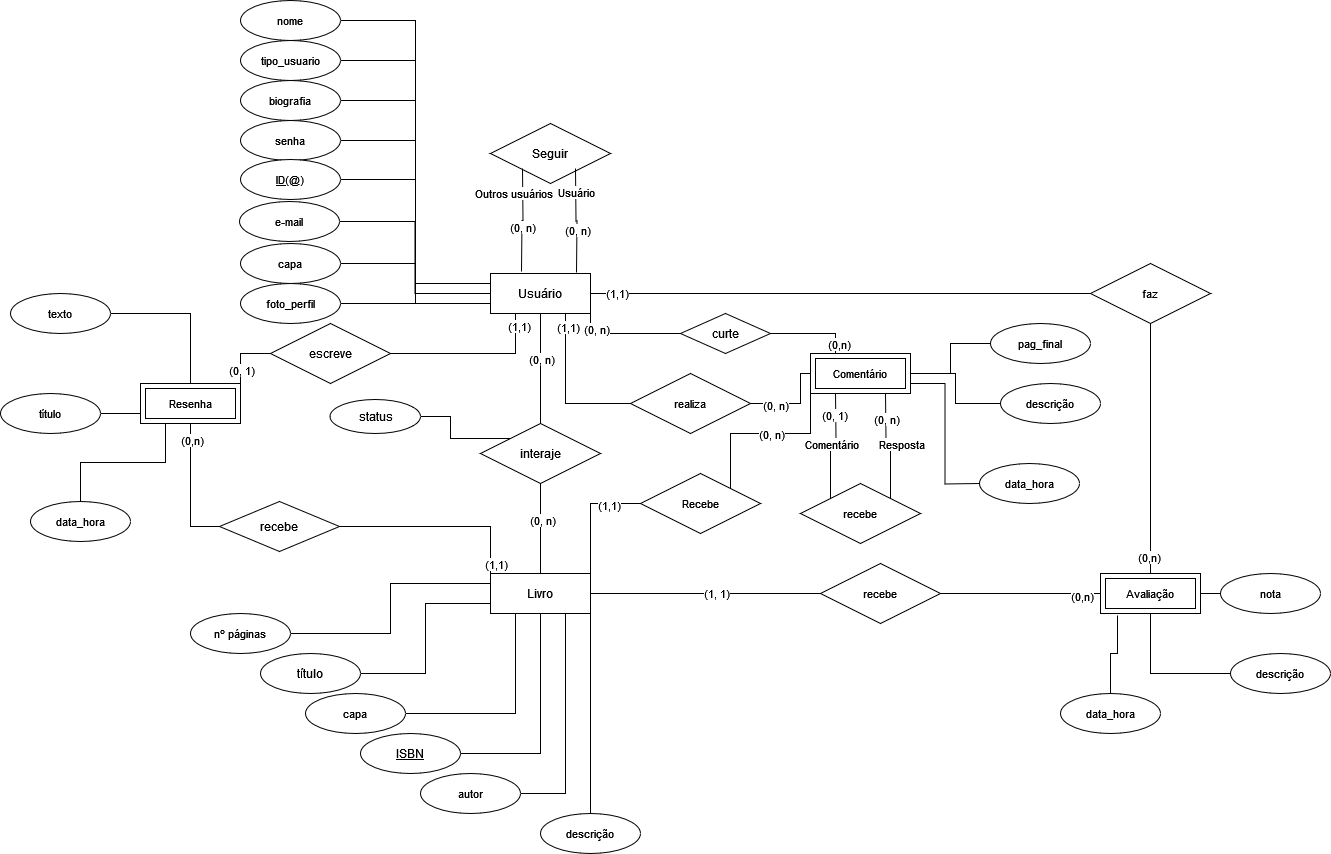
tads-cnat/pratiler keeps this draw.io diagram as doc/bd/imgBD/DERPratiler.drawio.png. Above is the earlier version. Source tidied: cells renumbered, new cells last; positions are measured from the earlier drawing's top-left corner, leaving out a move shared by most shapes.
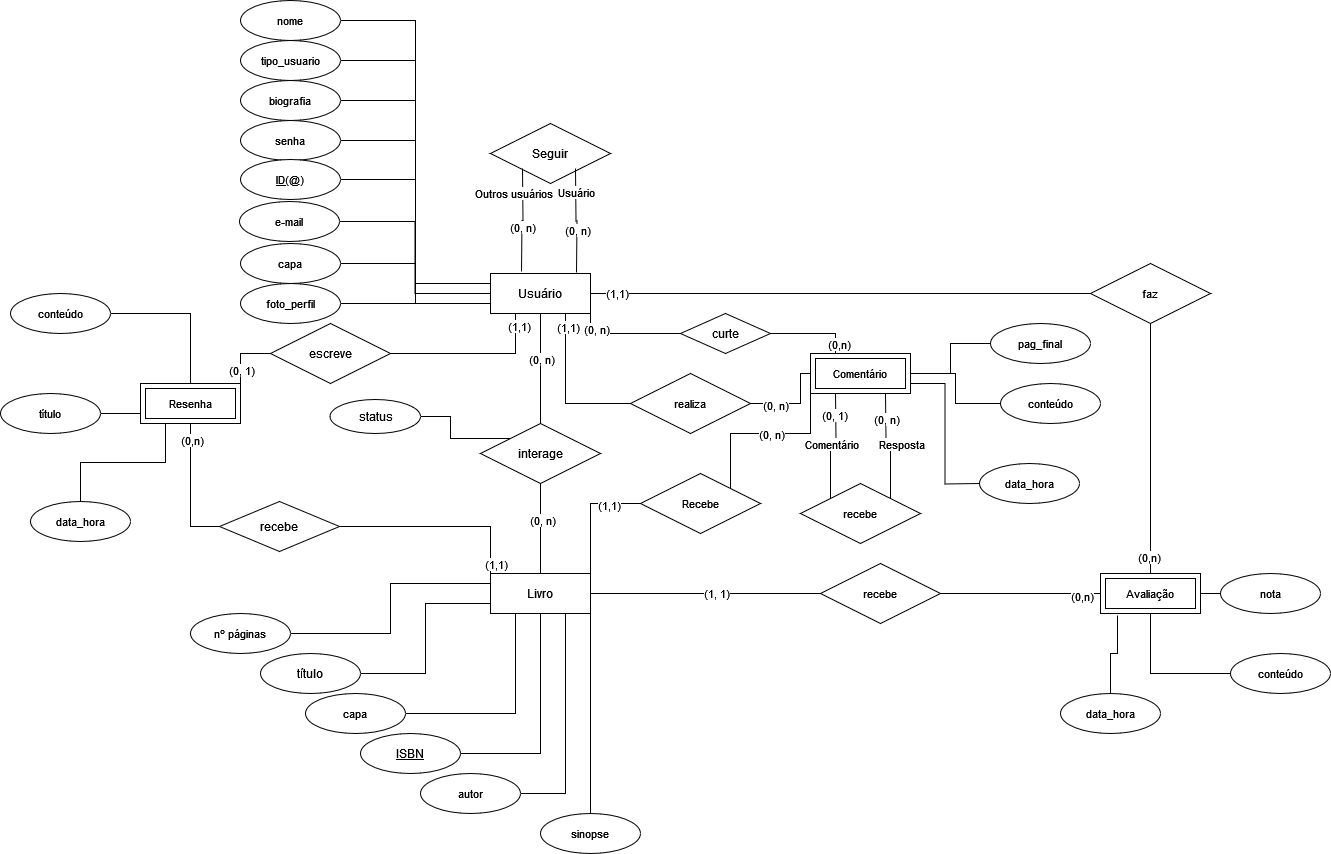
The same diagram one commit later.

Commit message:
modelo de classes e diagrama er

What changed in the source:
```diff
@@ -56,7 +56,7 @@
     <mxCell id="19" style="edgeStyle=orthogonalEdgeStyle;rounded=0;jettySize=auto;html=1;exitX=0;exitY=0;exitDx=0;exitDy=0;entryX=1;entryY=0.5;entryDx=0;entryDy=0;endArrow=none;endFill=0;" parent="1" edge="1" source="20" target="84">
       <mxGeometry relative="1" as="geometry" />
     </mxCell>
-    <mxCell id="20" value="interaje" style="shape=rhombus;perimeter=rhombusPerimeter;whiteSpace=wrap;html=1;align=center;" parent="1" vertex="1">
+    <mxCell id="20" value="interage" style="shape=rhombus;perimeter=rhombusPerimeter;whiteSpace=wrap;html=1;align=center;" parent="1" vertex="1">
       <mxGeometry x="480" y="423" width="120" height="60" as="geometry" />
     </mxCell>
     <mxCell id="21" style="edgeStyle=orthogonalEdgeStyle;shape=connector;rounded=0;jettySize=auto;html=1;exitX=1;exitY=0.5;exitDx=0;exitDy=0;entryX=0;entryY=0.5;entryDx=0;entryDy=0;strokeColor=default;align=center;verticalAlign=middle;fontFamily=Helvetica;fontSize=11;fontColor=default;labelBackgroundColor=default;endArrow=none;endFill=0;" parent="1" edge="1" source="22" target="12">
@@ -77,7 +77,7 @@
     <mxCell id="26" style="edgeStyle=orthogonalEdgeStyle;rounded=0;jettySize=auto;html=1;exitX=1;exitY=0.5;exitDx=0;exitDy=0;endArrow=none;endFill=0;" parent="1" edge="1" source="27" target="104">
       <mxGeometry relative="1" as="geometry" />
     </mxCell>
-    <mxCell id="27" value="texto" style="ellipse;whiteSpace=wrap;html=1;align=center;fontFamily=Helvetica;fontSize=11;fontColor=default;labelBackgroundColor=default;" parent="1" vertex="1">
+    <mxCell id="27" value="&lt;div&gt;conteúdo&lt;/div&gt;" style="ellipse;whiteSpace=wrap;html=1;align=center;fontFamily=Helvetica;fontSize=11;fontColor=default;labelBackgroundColor=default;" parent="1" vertex="1">
       <mxGeometry x="10" y="293" width="100" height="40" as="geometry" />
     </mxCell>
     <mxCell id="28" value="nº páginas" style="ellipse;whiteSpace=wrap;html=1;align=center;fontFamily=Helvetica;fontSize=11;fontColor=default;labelBackgroundColor=default;" parent="1" vertex="1">
@@ -142,7 +142,7 @@
     <mxCell id="45" style="edgeStyle=orthogonalEdgeStyle;rounded=0;jettySize=auto;html=1;strokeColor=default;align=center;verticalAlign=middle;fontFamily=Helvetica;fontSize=11;fontColor=default;labelBackgroundColor=default;endArrow=none;" parent="1" edge="1" source="46" target="44">
       <mxGeometry relative="1" as="geometry" />
     </mxCell>
-    <mxCell id="46" value="descrição" style="ellipse;whiteSpace=wrap;html=1;align=center;fontFamily=Helvetica;fontSize=11;fontColor=default;labelBackgroundColor=default;" parent="1" vertex="1">
+    <mxCell id="46" value="&lt;div&gt;conteúdo&lt;/div&gt;" style="ellipse;whiteSpace=wrap;html=1;align=center;fontFamily=Helvetica;fontSize=11;fontColor=default;labelBackgroundColor=default;" parent="1" vertex="1">
       <mxGeometry x="1230" y="653" width="100" height="40" as="geometry" />
     </mxCell>
     <mxCell id="47" style="edgeStyle=orthogonalEdgeStyle;rounded=0;jettySize=auto;html=1;entryX=1;entryY=0;entryDx=0;entryDy=0;strokeColor=default;align=center;verticalAlign=middle;fontFamily=Helvetica;fontSize=11;fontColor=default;labelBackgroundColor=default;endArrow=none;" parent="1" edge="1" source="48" target="44">
@@ -241,7 +241,7 @@
     <mxCell id="70" style="edgeStyle=orthogonalEdgeStyle;shape=connector;rounded=0;jettySize=auto;html=1;exitX=0;exitY=0.5;exitDx=0;exitDy=0;strokeColor=default;align=center;verticalAlign=middle;fontFamily=Helvetica;fontSize=11;fontColor=default;labelBackgroundColor=default;endArrow=none;endFill=0;" parent="1" edge="1" source="71" target="73">
       <mxGeometry relative="1" as="geometry" />
     </mxCell>
-    <mxCell id="71" value="descrição" style="ellipse;whiteSpace=wrap;html=1;align=center;fontFamily=Helvetica;fontSize=11;fontColor=default;labelBackgroundColor=default;" parent="1" vertex="1">
+    <mxCell id="71" value="conteúdo" style="ellipse;whiteSpace=wrap;html=1;align=center;fontFamily=Helvetica;fontSize=11;fontColor=default;labelBackgroundColor=default;" parent="1" vertex="1">
       <mxGeometry x="1000" y="383" width="100" height="40" as="geometry" />
     </mxCell>
     <mxCell id="72" style="edgeStyle=orthogonalEdgeStyle;rounded=0;jettySize=auto;html=1;entryX=1;entryY=0.75;entryDx=0;entryDy=0;strokeColor=default;align=center;verticalAlign=middle;fontFamily=Helvetica;fontSize=11;fontColor=default;labelBackgroundColor=default;endArrow=none;endFill=0;" parent="1" edge="1" target="73">
@@ -306,7 +306,7 @@
     <mxCell id="91" value="pag_final" style="ellipse;whiteSpace=wrap;html=1;align=center;fontFamily=Helvetica;fontSize=11;fontColor=default;labelBackgroundColor=default;" parent="1" vertex="1">
       <mxGeometry x="990" y="323" width="100" height="40" as="geometry" />
     </mxCell>
-    <mxCell id="92" value="descrição" style="ellipse;whiteSpace=wrap;html=1;align=center;fontFamily=Helvetica;fontSize=11;fontColor=default;labelBackgroundColor=default;" parent="1" vertex="1">
+    <mxCell id="92" value="&lt;div&gt;sinopse&lt;/div&gt;" style="ellipse;whiteSpace=wrap;html=1;align=center;fontFamily=Helvetica;fontSize=11;fontColor=default;labelBackgroundColor=default;" parent="1" vertex="1">
       <mxGeometry x="540" y="813" width="100" height="40" as="geometry" />
     </mxCell>
     <mxCell id="93" style="edgeStyle=orthogonalEdgeStyle;rounded=0;jettySize=auto;html=1;entryX=1;entryY=1;entryDx=0;entryDy=0;endArrow=none;endFill=0;" parent="1" edge="1" source="92" target="16">
```
